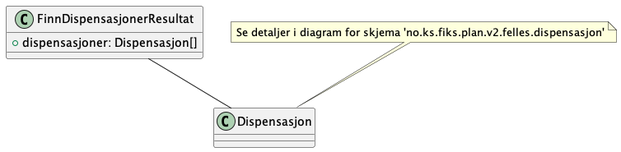
Above: Dokumentasjon/V2/ClassDiagrams/no.ks.fiks.plan.v2.innsyn.dispensasjoner.finn.resultat/dispensasjoner-finn-resultat.png in ks-no/fiks-plan-specification (PlantUML), before the change.
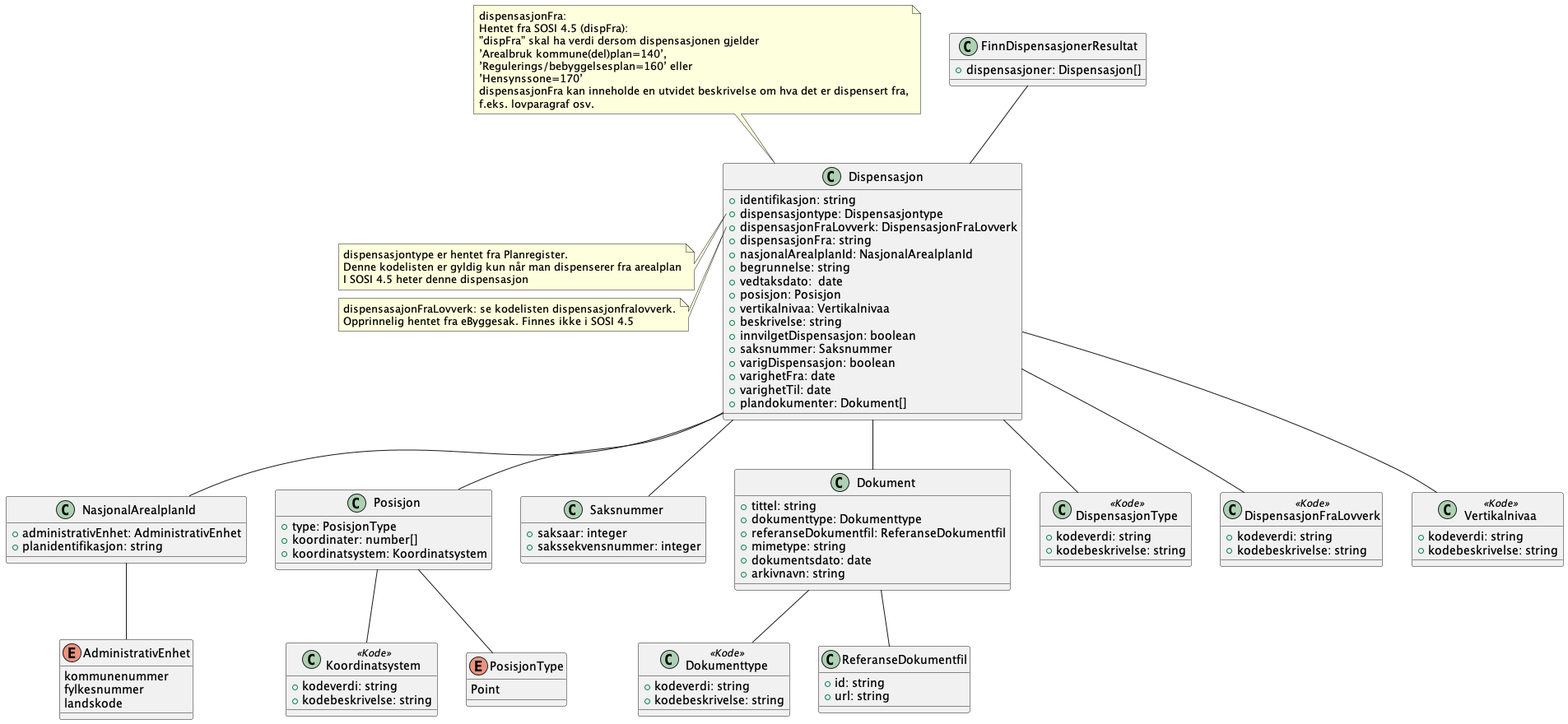
The same diagram one commit later.

The edit, as a diff of the source:
```diff
@@ -1,4 +1,5 @@
 @startuml
+!include ./../no.ks.fiks.plan.v2.felles.dispensasjon/dispensasjon.pu
 
 class FinnDispensasjonerResultat {
     +dispensasjoner: Dispensasjon[]
@@ -6,6 +7,4 @@
 
 FinnDispensasjonerResultat -- Dispensasjon
 
-note top of Dispensasjon : Se detaljer i diagram for skjema 'no.ks.fiks.plan.v2.felles.dispensasjon'
-
 @enduml
```
